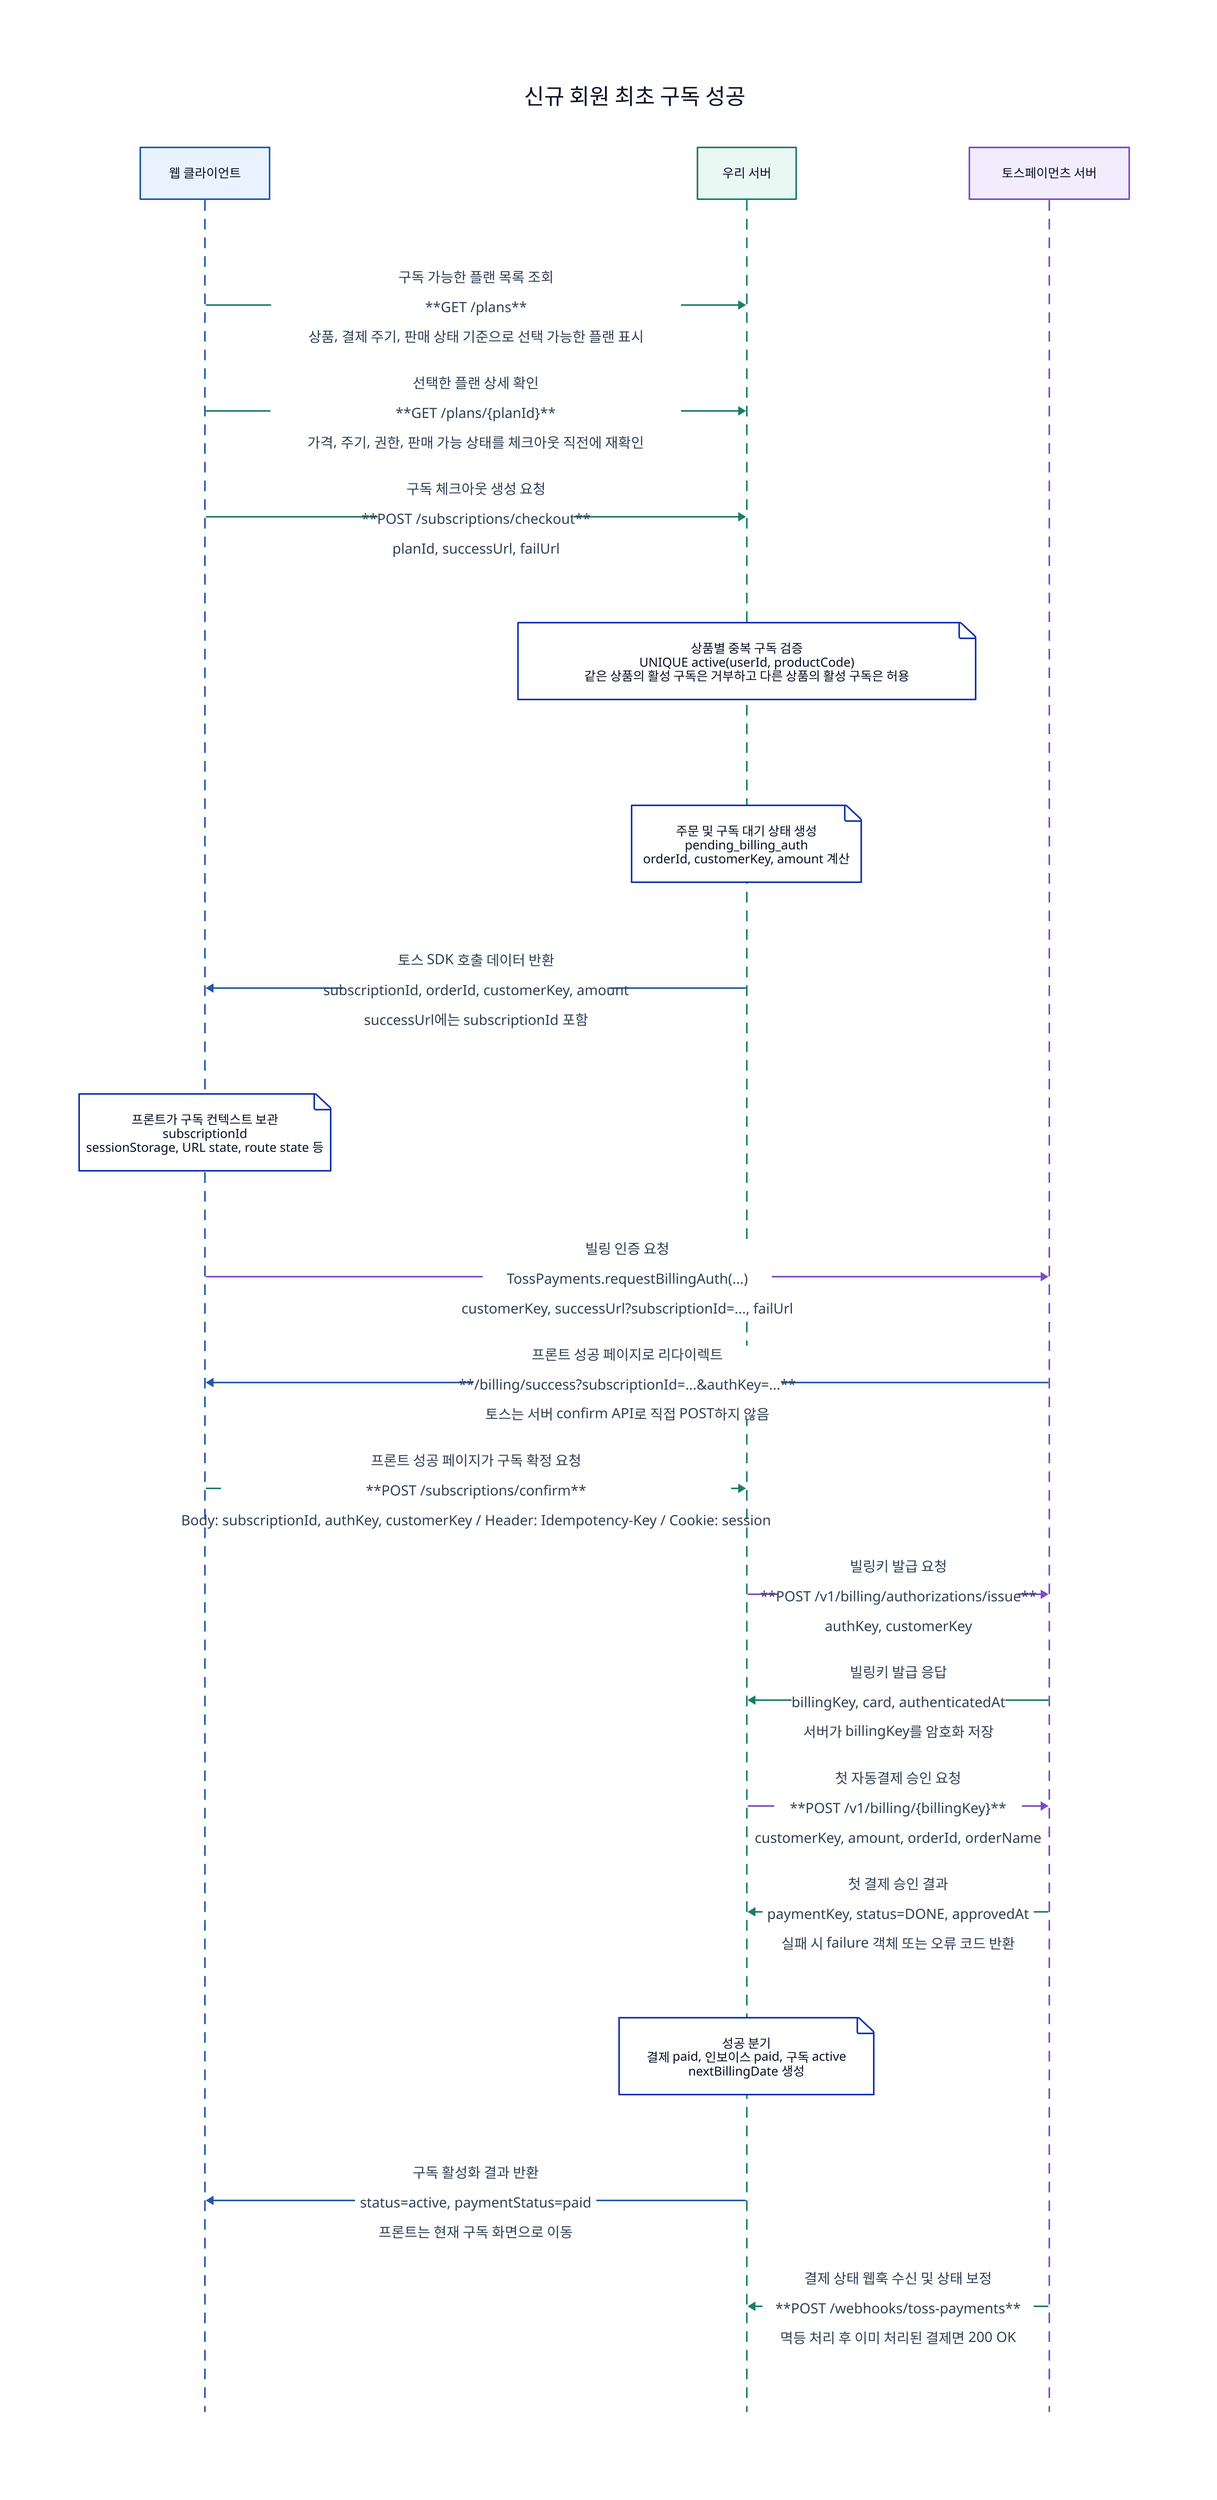
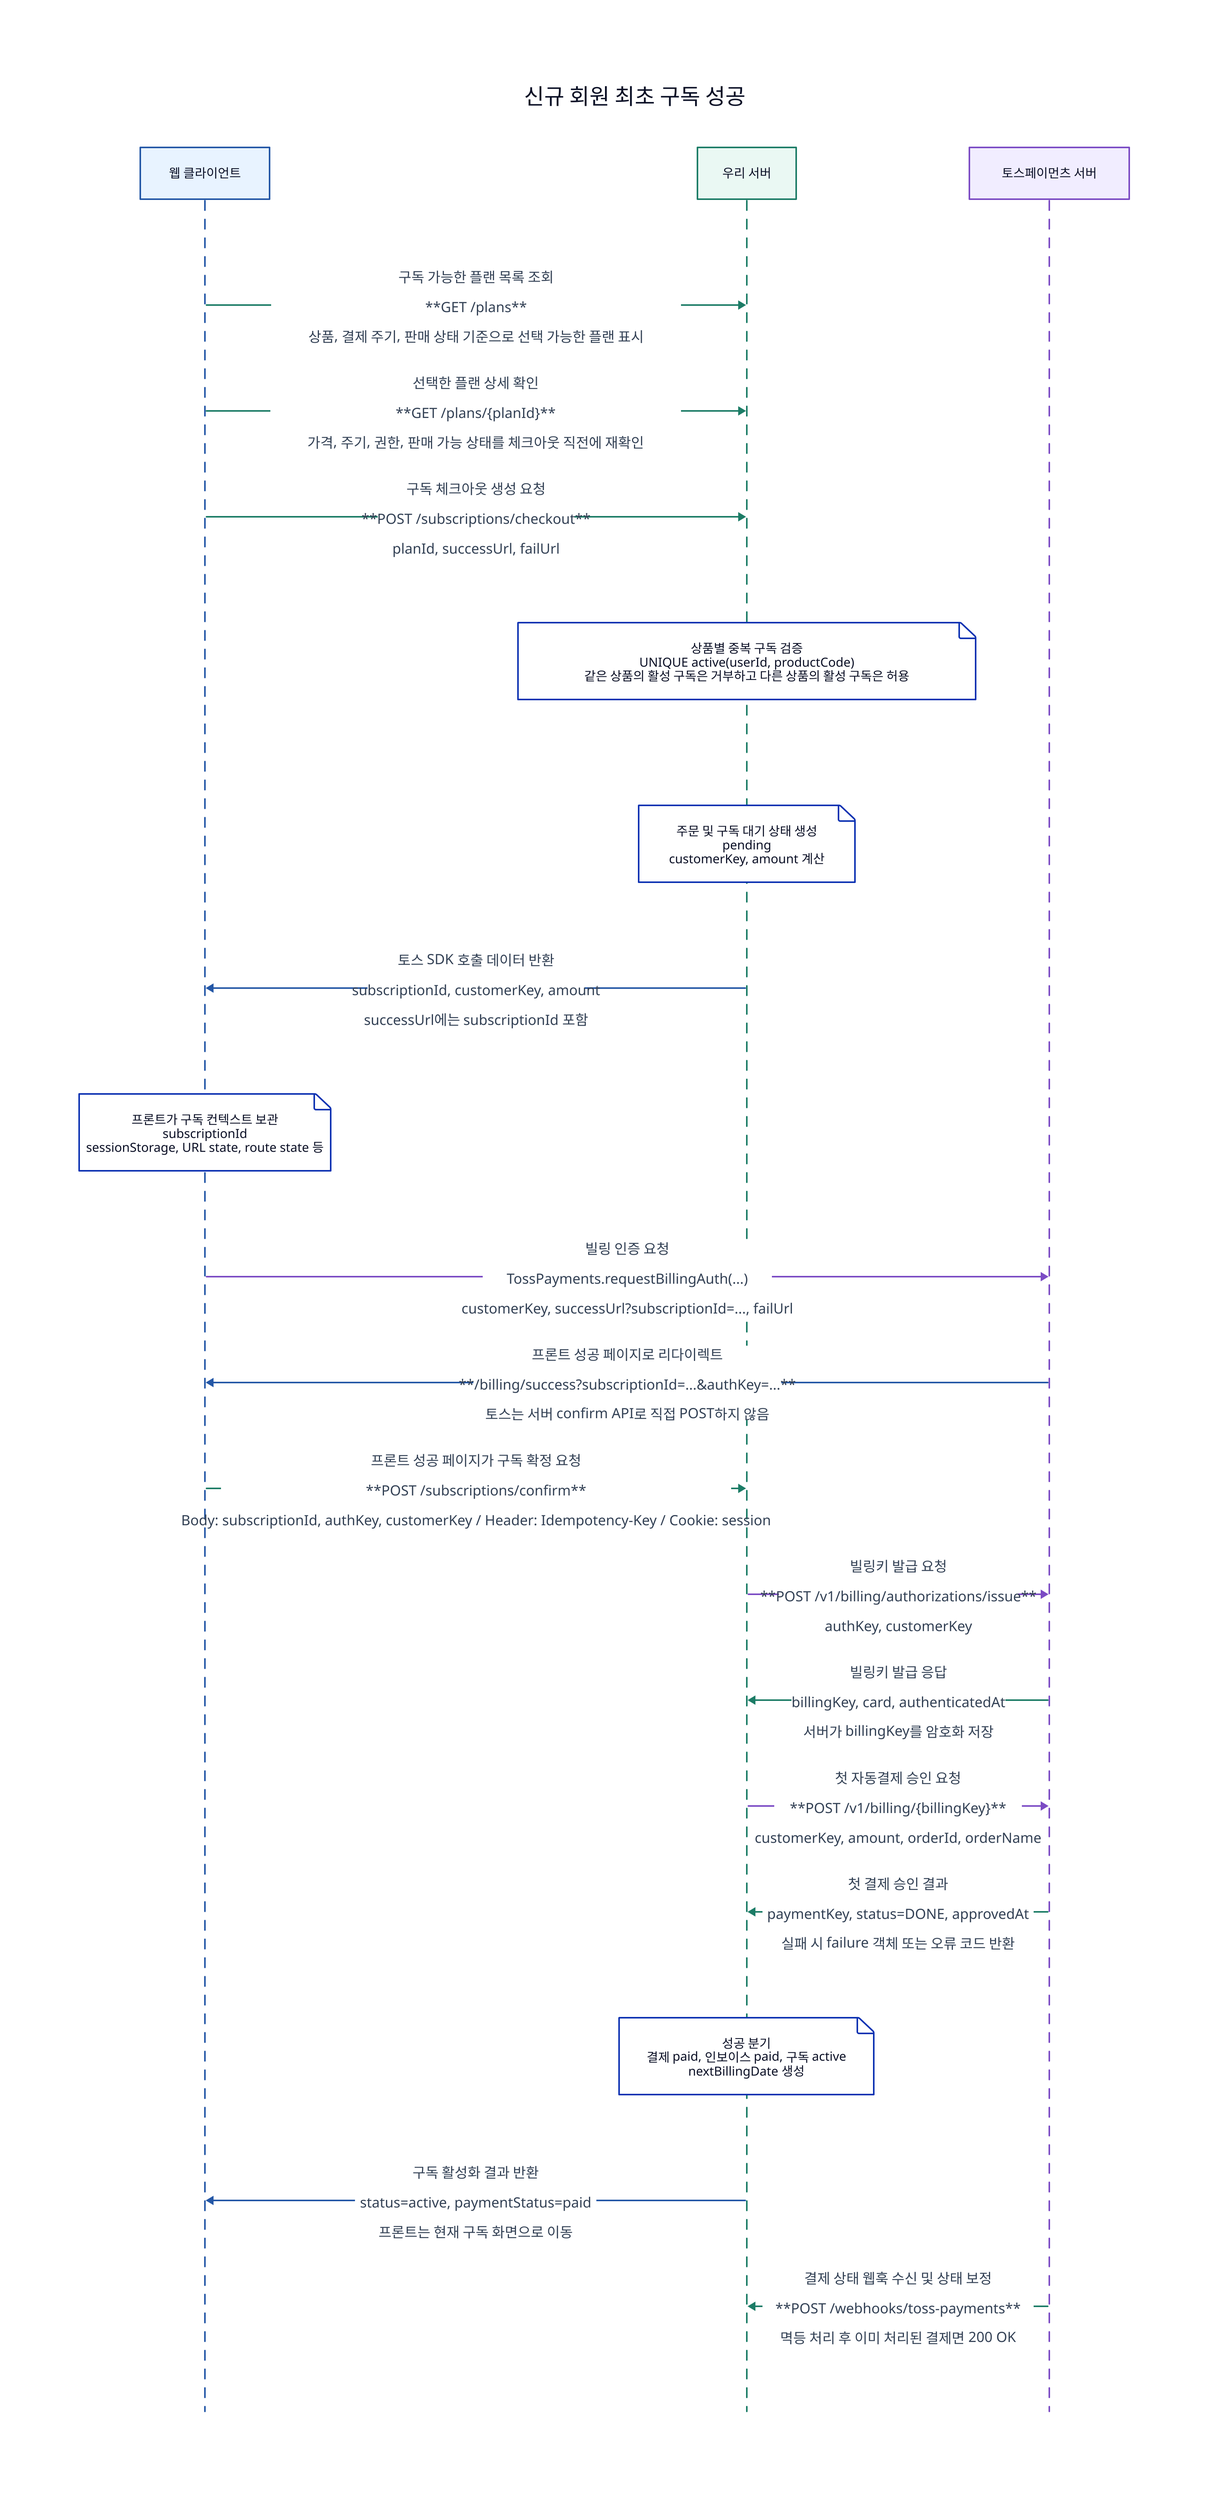
diagram: {
  shape: sequence_diagram
  label: "신규 회원 최초 구독 성공"

  client: "웹 클라이언트"
  client.style.fill: "#e8f3ff"
  client.style.stroke: "#2457a6"
  server: "우리 서버"
  server.style.fill: "#eaf8f3"
  server.style.stroke: "#1c7c66"
  toss: "토스페이먼츠 서버"
  toss.style.fill: "#f1edff"
  toss.style.stroke: "#7b4bc4"

  client -> server: |md
구독 가능한 플랜 목록 조회

**GET /plans**

상품, 결제 주기, 판매 상태 기준으로 선택 가능한 플랜 표시
| {
    style.stroke: "#1c7c66"
    style.font-color: "#334155"
    style.font-size: 18
    style.italic: false
  }
  client -> server: |md
선택한 플랜 상세 확인

**GET /plans/{planId}**

가격, 주기, 권한, 판매 가능 상태를 체크아웃 직전에 재확인
| {
    style.stroke: "#1c7c66"
    style.font-color: "#334155"
    style.font-size: 18
    style.italic: false
  }
  client -> server: |md
구독 체크아웃 생성 요청

**POST /subscriptions/checkout**

planId, successUrl, failUrl
| {
    style.stroke: "#1c7c66"
    style.font-color: "#334155"
    style.font-size: 18
    style.italic: false
  }
  server.note_4: "상품별 중복 구독 검증\nUNIQUE active(userId, productCode)\n같은 상품의 활성 구독은 거부하고 다른 상품의 활성 구독은 허용"
-   server.note_5: "주문 및 구독 대기 상태 생성\npending_billing_auth\norderId, customerKey, amount 계산"
+   server.note_5: "주문 및 구독 대기 상태 생성\npending\ncustomerKey, amount 계산"
  server -> client: |md
토스 SDK 호출 데이터 반환

- subscriptionId, orderId, customerKey, amount
+ subscriptionId, customerKey, amount

successUrl에는 subscriptionId 포함
| {
    style.stroke: "#2457a6"
    style.font-color: "#334155"
    style.font-size: 18
    style.italic: false
  }
  client.note_7: "프론트가 구독 컨텍스트 보관\nsubscriptionId\nsessionStorage, URL state, route state 등"
  client -> toss: |md
빌링 인증 요청

TossPayments.requestBillingAuth(...)

customerKey, successUrl?subscriptionId=..., failUrl
| {
    style.stroke: "#7b4bc4"
    style.font-color: "#334155"
    style.font-size: 18
    style.italic: false
  }
  toss -> client: |md
프론트 성공 페이지로 리다이렉트

**/billing/success?subscriptionId=...&authKey=...**

토스는 서버 confirm API로 직접 POST하지 않음
| {
    style.stroke: "#2457a6"
    style.font-color: "#334155"
    style.font-size: 18
    style.italic: false
  }
  client -> server: |md
프론트 성공 페이지가 구독 확정 요청

**POST /subscriptions/confirm**

Body: subscriptionId, authKey, customerKey / Header: Idempotency-Key / Cookie: session
| {
    style.stroke: "#1c7c66"
    style.font-color: "#334155"
    style.font-size: 18
    style.italic: false
  }
  server -> toss: |md
빌링키 발급 요청

**POST /v1/billing/authorizations/issue**

authKey, customerKey
| {
    style.stroke: "#7b4bc4"
    style.font-color: "#334155"
    style.font-size: 18
    style.italic: false
  }
  toss -> server: |md
빌링키 발급 응답

billingKey, card, authenticatedAt

서버가 billingKey를 암호화 저장
| {
    style.stroke: "#1c7c66"
    style.font-color: "#334155"
    style.font-size: 18
    style.italic: false
  }
  server -> toss: |md
첫 자동결제 승인 요청

**POST /v1/billing/{billingKey}**

customerKey, amount, orderId, orderName
| {
    style.stroke: "#7b4bc4"
    style.font-color: "#334155"
    style.font-size: 18
    style.italic: false
  }
  toss -> server: |md
첫 결제 승인 결과

paymentKey, status=DONE, approvedAt

실패 시 failure 객체 또는 오류 코드 반환
| {
    style.stroke: "#1c7c66"
    style.font-color: "#334155"
    style.font-size: 18
    style.italic: false
  }
  server.note_15: "성공 분기\n결제 paid, 인보이스 paid, 구독 active\nnextBillingDate 생성"
  server -> client: |md
구독 활성화 결과 반환

status=active, paymentStatus=paid

프론트는 현재 구독 화면으로 이동
| {
    style.stroke: "#2457a6"
    style.font-color: "#334155"
    style.font-size: 18
    style.italic: false
  }
  toss -> server: |md
결제 상태 웹훅 수신 및 상태 보정

**POST /webhooks/toss-payments**

멱등 처리 후 이미 처리된 결제면 200 OK
| {
    style.stroke: "#1c7c66"
    style.font-color: "#334155"
    style.font-size: 18
    style.italic: false
  }
}
